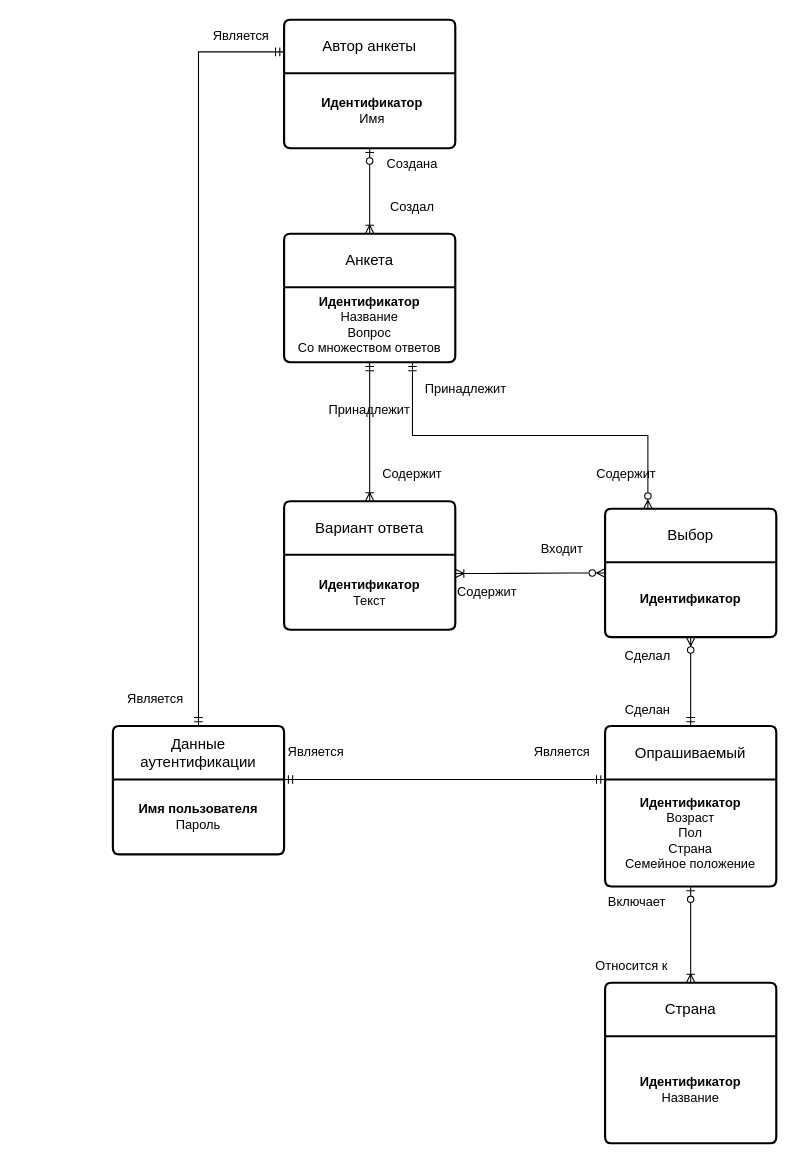
The draw.io diagram src/main/resources/static/diagrams/ER-диаграмма.drawio in PavelPutin/QuestionnaireSystem, before the edit. Source tidied: cells renumbered, new cells numbered last; positions are measured from the earlier drawing's top-left corner, leaving out a move shared by most shapes. Both pictures are drawn from the tidied source at 107%, with x=0, y=0 at pixel (112, 19).
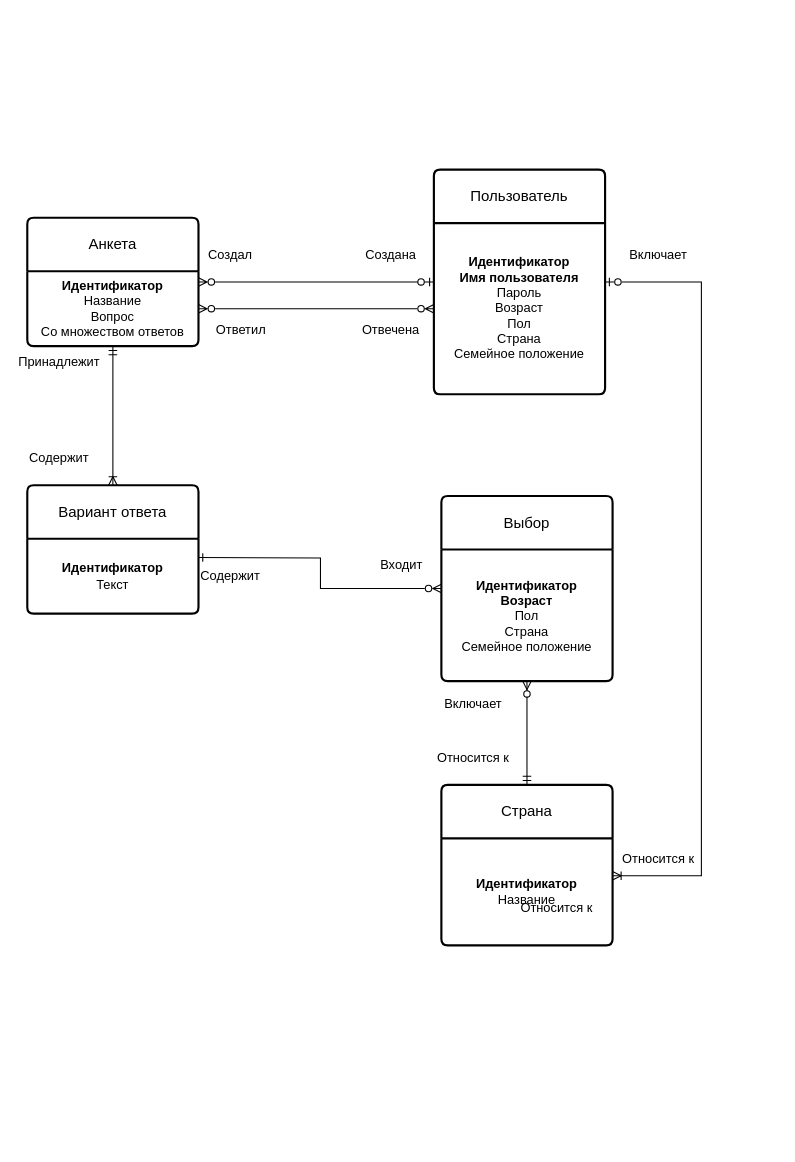
After the change.

The change refers to these unchanged cells:
```xml
<mxCell id="6" value="&lt;b style=&quot;border-color: var(--border-color); text-align: left;&quot;&gt;Идентификатор&lt;/b&gt;&lt;br style=&quot;border-color: var(--border-color); text-align: left;&quot;&gt;Название&lt;br style=&quot;border-color: var(--border-color); text-align: left;&quot;&gt;&lt;span style=&quot;text-align: left;&quot;&gt;Вопрос&lt;br&gt;Со множеством ответов&lt;br&gt;&lt;/span&gt;" style="text;html=1;strokeColor=none;fillColor=none;align=center;verticalAlign=middle;whiteSpace=wrap;rounded=0;" parent="5" vertex="1">
  <mxGeometry y="50" width="160" height="70" as="geometry" />
</mxCell>
```

Change to the diagram source:
```diff
@@
-    <mxCell id="2" value="Автор анкеты" style="swimlane;horizontal=1;startSize=50;rounded=1;fontSize=14;fontStyle=0;strokeWidth=2;shadow=0;dashed=0;align=center;arcSize=4;whiteSpace=wrap;html=1;" parent="1" vertex="1">
-      <mxGeometry x="160" width="160" height="120" as="geometry" />
-    </mxCell>
-    <mxCell id="3" value="&lt;b&gt;Идентификатор&lt;/b&gt;&lt;br&gt;Имя" style="align=center;strokeColor=none;fillColor=none;spacingLeft=4;fontSize=12;verticalAlign=middle;html=1;" parent="2" vertex="1">
-      <mxGeometry y="50" width="160" height="70" as="geometry" />
-    </mxCell>
-    <mxCell id="4" style="fontSize=12;html=1;endArrow=ERoneToMany;startArrow=ERzeroToOne;rounded=0;exitX=0.5;exitY=1;exitDx=0;exitDy=0;entryX=0.5;entryY=0;entryDx=0;entryDy=0;" parent="1" edge="1" source="3" target="5">
+    <mxCell id="4" style="fontSize=12;html=1;endArrow=ERzeroToMany;startArrow=ERzeroToOne;rounded=0;edgeStyle=orthogonalEdgeStyle;endFill=0;" parent="1" edge="1" source="40" target="5">
       <mxGeometry relative="1" as="geometry" />
     </mxCell>
     <mxCell id="5" value="Анкета" style="swimlane;horizontal=1;startSize=50;rounded=1;fontSize=14;fontStyle=0;strokeWidth=2;shadow=0;dashed=0;align=center;arcSize=4;whiteSpace=wrap;html=1;" parent="1" vertex="1">
-      <mxGeometry x="160" y="200" width="160" height="120" as="geometry" />
+      <mxGeometry x="-80" y="185" width="160" height="120" as="geometry" />
     </mxCell>
@@
     <mxCell id="7" value="Вариант ответа" style="swimlane;horizontal=1;startSize=50;rounded=1;fontSize=14;fontStyle=0;strokeWidth=2;shadow=0;dashed=0;align=center;arcSize=4;whiteSpace=wrap;html=1;" parent="1" vertex="1">
-      <mxGeometry x="160" y="450" width="160" height="120" as="geometry" />
+      <mxGeometry x="-80" y="435" width="160" height="120" as="geometry" />
     </mxCell>
@@
-    <mxCell id="9" value="Опрашиваемый" style="swimlane;horizontal=1;startSize=50;rounded=1;fontSize=14;fontStyle=0;strokeWidth=2;shadow=0;dashed=0;align=center;arcSize=4;whiteSpace=wrap;html=1;" parent="1" vertex="1">
-      <mxGeometry x="460" y="660" width="160" height="150" as="geometry" />
-    </mxCell>
-    <mxCell id="10" value="&lt;span style=&quot;border-color: var(--border-color); text-align: left;&quot;&gt;&lt;b&gt;Идентификатор&lt;/b&gt;&lt;br&gt;Возраст&lt;br&gt;Пол&lt;br&gt;Страна&lt;br&gt;Семейное положение&lt;br&gt;&lt;/span&gt;" style="text;html=1;strokeColor=none;fillColor=none;align=center;verticalAlign=middle;whiteSpace=wrap;rounded=0;" parent="9" vertex="1">
-      <mxGeometry y="50" width="160" height="100" as="geometry" />
-    </mxCell>
@@
     <mxCell id="12" value="Выбор" style="swimlane;horizontal=1;startSize=50;rounded=1;fontSize=14;fontStyle=0;strokeWidth=2;shadow=0;dashed=0;align=center;arcSize=4;whiteSpace=wrap;html=1;" parent="1" vertex="1">
-      <mxGeometry x="460" y="457" width="160" height="120" as="geometry" />
+      <mxGeometry x="307" y="445" width="160" height="173" as="geometry" />
     </mxCell>
-    <mxCell id="13" value="&lt;b style=&quot;border-color: var(--border-color); text-align: left;&quot;&gt;Идентификатор&lt;/b&gt;" style="text;html=1;strokeColor=none;fillColor=none;align=center;verticalAlign=middle;whiteSpace=wrap;rounded=0;" parent="12" vertex="1">
-      <mxGeometry y="50" width="160" height="70" as="geometry" />
+    <mxCell id="13" value="&lt;b style=&quot;border-color: var(--border-color); text-align: left;&quot;&gt;Идентификатор&lt;br&gt;Возраст&lt;br style=&quot;border-color: var(--border-color); font-weight: 400;&quot;&gt;&lt;span style=&quot;font-weight: 400;&quot;&gt;Пол&lt;/span&gt;&lt;br style=&quot;border-color: var(--border-color); font-weight: 400;&quot;&gt;&lt;span style=&quot;font-weight: 400;&quot;&gt;Страна&lt;/span&gt;&lt;br style=&quot;border-color: var(--border-color); font-weight: 400;&quot;&gt;&lt;span style=&quot;font-weight: 400;&quot;&gt;Семейное положение&lt;/span&gt;&lt;br&gt;&lt;/b&gt;" style="text;html=1;strokeColor=none;fillColor=none;align=center;verticalAlign=middle;whiteSpace=wrap;rounded=0;" parent="12" vertex="1">
+      <mxGeometry y="50" width="160" height="123" as="geometry" />
     </mxCell>
-    <mxCell id="14" style="edgeStyle=orthogonalEdgeStyle;fontSize=12;html=1;endArrow=ERzeroToMany;startArrow=ERmandOne;rounded=0;exitX=0.75;exitY=1;exitDx=0;exitDy=0;entryX=0.25;entryY=0;entryDx=0;entryDy=0;endFill=0;" parent="1" edge="1" source="6" target="12">
-      <mxGeometry relative="1" as="geometry" />
-    </mxCell>
-    <mxCell id="15" style="edgeStyle=orthogonalEdgeStyle;fontSize=12;html=1;endArrow=ERzeroToMany;startArrow=ERmandOne;rounded=0;exitX=0.5;exitY=0;exitDx=0;exitDy=0;entryX=0.5;entryY=1;entryDx=0;entryDy=0;" parent="1" edge="1" source="9" target="13">
+    <mxCell id="15" style="edgeStyle=orthogonalEdgeStyle;fontSize=12;html=1;endArrow=ERzeroToMany;startArrow=ERmandOne;rounded=0;entryX=0.5;entryY=1;entryDx=0;entryDy=0;" parent="1" edge="1" source="27" target="13">
       <mxGeometry relative="1" as="geometry" />
     </mxCell>
-    <mxCell id="16" style="edgeStyle=entityRelationEdgeStyle;fontSize=12;html=1;endArrow=ERzeroToMany;startArrow=ERoneToMany;rounded=0;exitX=1;exitY=0.25;exitDx=0;exitDy=0;entryX=0;entryY=0.5;entryDx=0;entryDy=0;endFill=0;" parent="1" edge="1" target="12">
+    <mxCell id="16" style="edgeStyle=orthogonalEdgeStyle;fontSize=12;html=1;endArrow=ERzeroToMany;startArrow=ERone;rounded=0;exitX=1;exitY=0.25;exitDx=0;exitDy=0;entryX=0;entryY=0.5;entryDx=0;entryDy=0;endFill=0;startFill=0;" parent="1" edge="1" target="12">
       <mxGeometry relative="1" as="geometry">
-        <mxPoint x="320" y="517.5" as="sourcePoint" />
+        <mxPoint x="80" y="502.5" as="sourcePoint" />
       </mxGeometry>
     </mxCell>
     <mxCell id="17" value="Создана" style="text;html=1;strokeColor=none;fillColor=none;align=center;verticalAlign=middle;whiteSpace=wrap;rounded=0;" parent="1" vertex="1">
-      <mxGeometry x="240" y="120" width="80" height="30" as="geometry" />
+      <mxGeometry x="220" y="205" width="80" height="30" as="geometry" />
     </mxCell>
     <mxCell id="18" value="Создал" style="text;html=1;strokeColor=none;fillColor=none;align=center;verticalAlign=middle;whiteSpace=wrap;rounded=0;" parent="1" vertex="1">
-      <mxGeometry x="250" y="160" width="60" height="30" as="geometry" />
+      <mxGeometry x="80" y="205" width="60" height="30" as="geometry" />
     </mxCell>
-    <mxCell id="19" value="Принадлежит" style="text;html=1;strokeColor=none;fillColor=none;align=center;verticalAlign=middle;whiteSpace=wrap;rounded=0;" parent="1" vertex="1">
-      <mxGeometry x="300" y="330" width="60" height="30" as="geometry" />
-    </mxCell>
-    <mxCell id="20" value="Содержит" style="text;html=1;strokeColor=none;fillColor=none;align=center;verticalAlign=middle;whiteSpace=wrap;rounded=0;" parent="1" vertex="1">
-      <mxGeometry x="450" y="410" width="60" height="30" as="geometry" />
-    </mxCell>
     <mxCell id="21" value="Содержит" style="text;html=1;strokeColor=none;fillColor=none;align=center;verticalAlign=middle;whiteSpace=wrap;rounded=0;" parent="1" vertex="1">
-      <mxGeometry x="250" y="410" width="60" height="30" as="geometry" />
+      <mxGeometry x="-80" y="395" width="60" height="30" as="geometry" />
     </mxCell>
     <mxCell id="22" value="Принадлежит" style="text;html=1;strokeColor=none;fillColor=none;align=center;verticalAlign=middle;whiteSpace=wrap;rounded=0;" parent="1" vertex="1">
-      <mxGeometry x="210" y="350" width="60" height="30" as="geometry" />
+      <mxGeometry x="-80" y="305" width="60" height="30" as="geometry" />
     </mxCell>
-    <mxCell id="23" value="Сделан" style="text;html=1;strokeColor=none;fillColor=none;align=center;verticalAlign=middle;whiteSpace=wrap;rounded=0;" parent="1" vertex="1">
-      <mxGeometry x="470" y="630" width="60" height="30" as="geometry" />
-    </mxCell>
-    <mxCell id="24" value="Сделал" style="text;html=1;strokeColor=none;fillColor=none;align=center;verticalAlign=middle;whiteSpace=wrap;rounded=0;" parent="1" vertex="1">
-      <mxGeometry x="470" y="580" width="60" height="30" as="geometry" />
-    </mxCell>
     <mxCell id="25" value="Входит" style="text;html=1;strokeColor=none;fillColor=none;align=center;verticalAlign=middle;whiteSpace=wrap;rounded=0;" parent="1" vertex="1">
-      <mxGeometry x="390" y="480" width="60" height="30" as="geometry" />
+      <mxGeometry x="240" y="495" width="60" height="30" as="geometry" />
     </mxCell>
     <mxCell id="26" value="Содержит" style="text;html=1;strokeColor=none;fillColor=none;align=center;verticalAlign=middle;whiteSpace=wrap;rounded=0;" parent="1" vertex="1">
-      <mxGeometry x="320" y="520" width="60" height="30" as="geometry" />
+      <mxGeometry x="80" y="505" width="60" height="30" as="geometry" />
     </mxCell>
     <mxCell id="27" value="Страна" style="swimlane;horizontal=1;startSize=50;rounded=1;fontSize=14;fontStyle=0;strokeWidth=2;shadow=0;dashed=0;align=center;arcSize=4;whiteSpace=wrap;html=1;" parent="1" vertex="1">
-      <mxGeometry x="460" y="900" width="160" height="150" as="geometry" />
+      <mxGeometry x="307" y="715" width="160" height="150" as="geometry" />
     </mxCell>
@@
-    <mxCell id="29" style="edgeStyle=orthogonalEdgeStyle;rounded=0;jettySize=auto;html=1;exitX=0.5;exitY=1;exitDx=0;exitDy=0;entryX=0.5;entryY=0;entryDx=0;entryDy=0;startArrow=ERzeroToOne;startFill=0;endArrow=ERoneToMany;endFill=0;" parent="1" edge="1" source="10" target="27">
-      <mxGeometry relative="1" as="geometry" />
+    <mxCell id="29" style="edgeStyle=orthogonalEdgeStyle;rounded=0;jettySize=auto;html=1;startArrow=ERzeroToOne;startFill=0;endArrow=ERoneToMany;endFill=0;" parent="1" edge="1" source="40" target="27">
+      <mxGeometry relative="1" as="geometry">
+        <Array as="points">
+          <mxPoint x="550" y="245" />
+          <mxPoint x="550" y="800" />
+        </Array>
+      </mxGeometry>
     </mxCell>
     <mxCell id="30" value="Включает" style="text;html=1;strokeColor=none;fillColor=none;align=center;verticalAlign=middle;whiteSpace=wrap;rounded=0;" parent="1" vertex="1">
-      <mxGeometry x="460" y="810" width="60" height="30" as="geometry" />
+      <mxGeometry x="480" y="205" width="60" height="30" as="geometry" />
     </mxCell>
     <mxCell id="31" value="Относится к" style="text;html=1;strokeColor=none;fillColor=none;align=center;verticalAlign=middle;whiteSpace=wrap;rounded=0;" parent="1" vertex="1">
-      <mxGeometry x="450" y="870" width="70" height="30" as="geometry" />
+      <mxGeometry x="380" y="815" width="70" height="30" as="geometry" />
     </mxCell>
-    <mxCell id="32" value="Данные аутентификации" style="swimlane;horizontal=1;startSize=50;rounded=1;fontSize=14;fontStyle=0;strokeWidth=2;shadow=0;dashed=0;align=center;arcSize=4;whiteSpace=wrap;html=1;" parent="1" vertex="1">
-      <mxGeometry y="660" width="160" height="120" as="geometry" />
-    </mxCell>
-    <mxCell id="33" value="&lt;b&gt;Имя пользователя&lt;/b&gt;&lt;br&gt;Пароль" style="text;html=1;strokeColor=none;fillColor=none;align=center;verticalAlign=middle;whiteSpace=wrap;rounded=0;" parent="32" vertex="1">
-      <mxGeometry y="50" width="160" height="70" as="geometry" />
-    </mxCell>
-    <mxCell id="34" style="edgeStyle=entityRelationEdgeStyle;fontSize=12;html=1;endArrow=ERmandOne;startArrow=ERmandOne;rounded=0;exitX=1;exitY=0;exitDx=0;exitDy=0;entryX=0;entryY=0;entryDx=0;entryDy=0;" parent="1" edge="1" source="33" target="10">
-      <mxGeometry relative="1" as="geometry" />
-    </mxCell>
-    <mxCell id="35" style="edgeStyle=orthogonalEdgeStyle;fontSize=12;html=1;endArrow=ERmandOne;startArrow=ERmandOne;rounded=0;exitX=0.5;exitY=0;exitDx=0;exitDy=0;entryX=0;entryY=0.25;entryDx=0;entryDy=0;" parent="1" edge="1" source="32" target="2">
-      <mxGeometry relative="1" as="geometry" />
-    </mxCell>
-    <mxCell id="36" value="Является" style="text;html=1;strokeColor=none;fillColor=none;align=center;verticalAlign=middle;whiteSpace=wrap;rounded=0;" parent="1" vertex="1">
-      <mxGeometry x="160" y="670" width="60" height="30" as="geometry" />
-    </mxCell>
-    <mxCell id="37" value="Является" style="text;html=1;strokeColor=none;fillColor=none;align=center;verticalAlign=middle;whiteSpace=wrap;rounded=0;" parent="1" vertex="1">
-      <mxGeometry x="390" y="670" width="60" height="30" as="geometry" />
-    </mxCell>
-    <mxCell id="38" value="Является" style="text;html=1;strokeColor=none;fillColor=none;align=center;verticalAlign=middle;whiteSpace=wrap;rounded=0;" parent="1" vertex="1">
-      <mxGeometry x="10" y="620" width="60" height="30" as="geometry" />
-    </mxCell>
-    <mxCell id="39" value="Является" style="text;html=1;strokeColor=none;fillColor=none;align=center;verticalAlign=middle;whiteSpace=wrap;rounded=0;" parent="1" vertex="1">
-      <mxGeometry x="90" width="60" height="30" as="geometry" />
-    </mxCell>
+    <mxCell id="40" value="Пользователь" style="swimlane;horizontal=1;startSize=50;rounded=1;fontSize=14;fontStyle=0;strokeWidth=2;shadow=0;dashed=0;align=center;arcSize=4;whiteSpace=wrap;html=1;" parent="1" vertex="1">
+      <mxGeometry x="300" y="140" width="160" height="210" as="geometry" />
+    </mxCell>
+    <mxCell id="41" value="&lt;span style=&quot;border-color: var(--border-color); text-align: left;&quot;&gt;&lt;b&gt;Идентификатор&lt;br&gt;&lt;/b&gt;&lt;b style=&quot;border-color: var(--border-color); text-align: center;&quot;&gt;Имя пользователя&lt;/b&gt;&lt;br style=&quot;border-color: var(--border-color); text-align: center;&quot;&gt;Пароль&lt;br&gt;Возраст&lt;br&gt;Пол&lt;br&gt;Страна&lt;br&gt;Семейное положение&lt;br&gt;&lt;/span&gt;" style="text;html=1;strokeColor=none;fillColor=none;align=center;verticalAlign=middle;whiteSpace=wrap;rounded=0;" parent="40" vertex="1">
+      <mxGeometry y="50" width="160" height="160" as="geometry" />
+    </mxCell>
+    <mxCell id="42" value="Включает" style="text;html=1;strokeColor=none;fillColor=none;align=center;verticalAlign=middle;whiteSpace=wrap;rounded=0;" parent="1" vertex="1">
+      <mxGeometry x="307" y="625" width="60" height="30" as="geometry" />
+    </mxCell>
+    <mxCell id="43" value="Относится к" style="text;html=1;strokeColor=none;fillColor=none;align=center;verticalAlign=middle;whiteSpace=wrap;rounded=0;" parent="1" vertex="1">
+      <mxGeometry x="302" y="675" width="70" height="30" as="geometry" />
+    </mxCell>
+    <mxCell id="44" style="endArrow=ERzeroToMany;html=1;rounded=0;edgeStyle=orthogonalEdgeStyle;startArrow=ERzeroToMany;startFill=0;endFill=0;" parent="1" edge="1" source="5" target="41">
+      <mxGeometry relative="1" as="geometry">
+        <Array as="points">
+          <mxPoint x="140" y="270" />
+          <mxPoint x="140" y="270" />
+        </Array>
+      </mxGeometry>
+    </mxCell>
+    <mxCell id="45" value="Ответил" style="text;html=1;strokeColor=none;fillColor=none;align=center;verticalAlign=middle;whiteSpace=wrap;rounded=0;" parent="1" vertex="1">
+      <mxGeometry x="90" y="275" width="60" height="30" as="geometry" />
+    </mxCell>
+    <mxCell id="46" value="Отвечена" style="text;html=1;strokeColor=none;fillColor=none;align=center;verticalAlign=middle;whiteSpace=wrap;rounded=0;" parent="1" vertex="1">
+      <mxGeometry x="230" y="275" width="60" height="30" as="geometry" />
+    </mxCell>
+    <mxCell id="47" value="Относится к" style="text;html=1;strokeColor=none;fillColor=none;align=center;verticalAlign=middle;whiteSpace=wrap;rounded=0;" parent="1" vertex="1">
+      <mxGeometry x="475" y="770" width="70" height="30" as="geometry" />
+    </mxCell>
```
